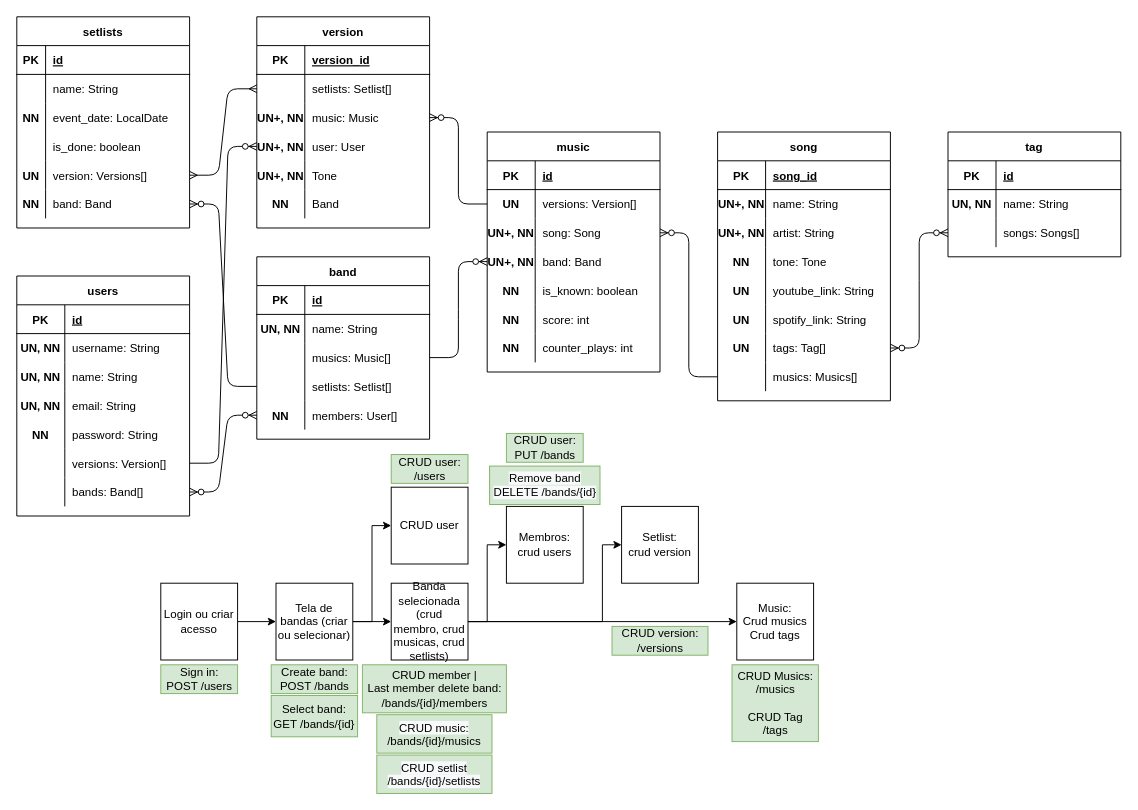
igormateus/repertapp-api keeps this draw.io diagram as design/diagram.drawio. Above is the earlier version. Source tidied: cells renumbered, new cells numbered last; positions are measured from the earlier drawing's top-left corner, leaving out a move shared by most shapes. Both pictures are drawn from the tidied source at 96%, with x=0, y=0 at pixel (16, 16).
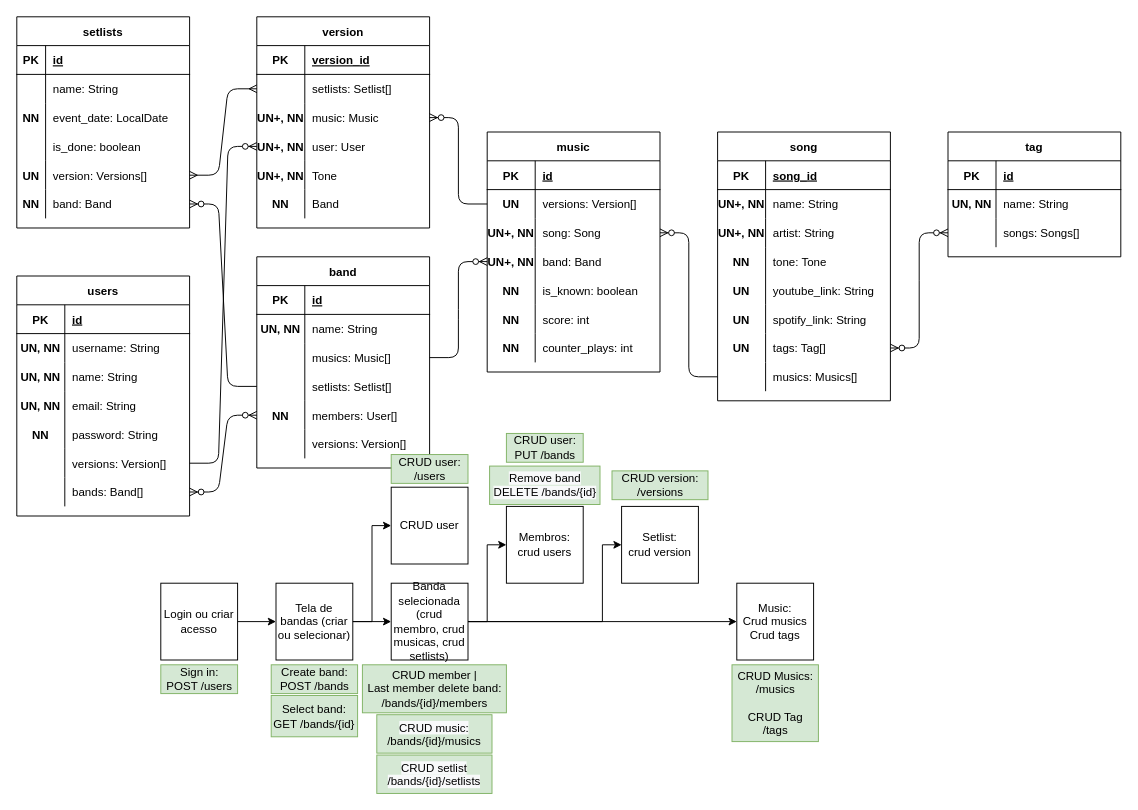
The same page after the edit.

Change to the diagram source:
```diff
@@
     <mxCell id="101" value="band" style="shape=table;startSize=30;childLayout=tableLayout;rowLines=0;fontStyle=1;align=center;" parent="1" vertex="1">
-      <mxGeometry x="250" y="250" width="180" height="190" as="geometry" />
+      <mxGeometry x="250" y="250" width="180" height="220" as="geometry" />
     </mxCell>
@@
+    <mxCell id="167" style="shape=partialRectangle;fillColor=none;top=0;left=0;bottom=0;right=0;" parent="101" vertex="1">
+      <mxGeometry y="180" width="180" height="30" as="geometry" />
+    </mxCell>
+    <mxCell id="168" style="shape=partialRectangle;fillColor=none;top=0;left=0;bottom=0;right=0;overflow=hidden;fontStyle=1;" parent="167" vertex="1">
+      <mxGeometry width="50" height="30" as="geometry" />
+    </mxCell>
+    <mxCell id="169" value="versions: Version[]" style="shape=partialRectangle;fillColor=none;top=0;left=0;bottom=0;right=0;align=left;spacingLeft=6;overflow=hidden;" parent="167" vertex="1">
+      <mxGeometry x="50" width="130" height="30" as="geometry" />
+    </mxCell>
@@
     <mxCell id="159" value="CRUD version:&lt;br&gt;/versions" style="text;html=1;align=center;verticalAlign=middle;strokeColor=#82b366;fillColor=#d5e8d4;" parent="1" vertex="1">
-      <mxGeometry x="620" y="635" width="100" height="30" as="geometry" />
+      <mxGeometry x="620" y="473" width="100" height="30" as="geometry" />
     </mxCell>
```
